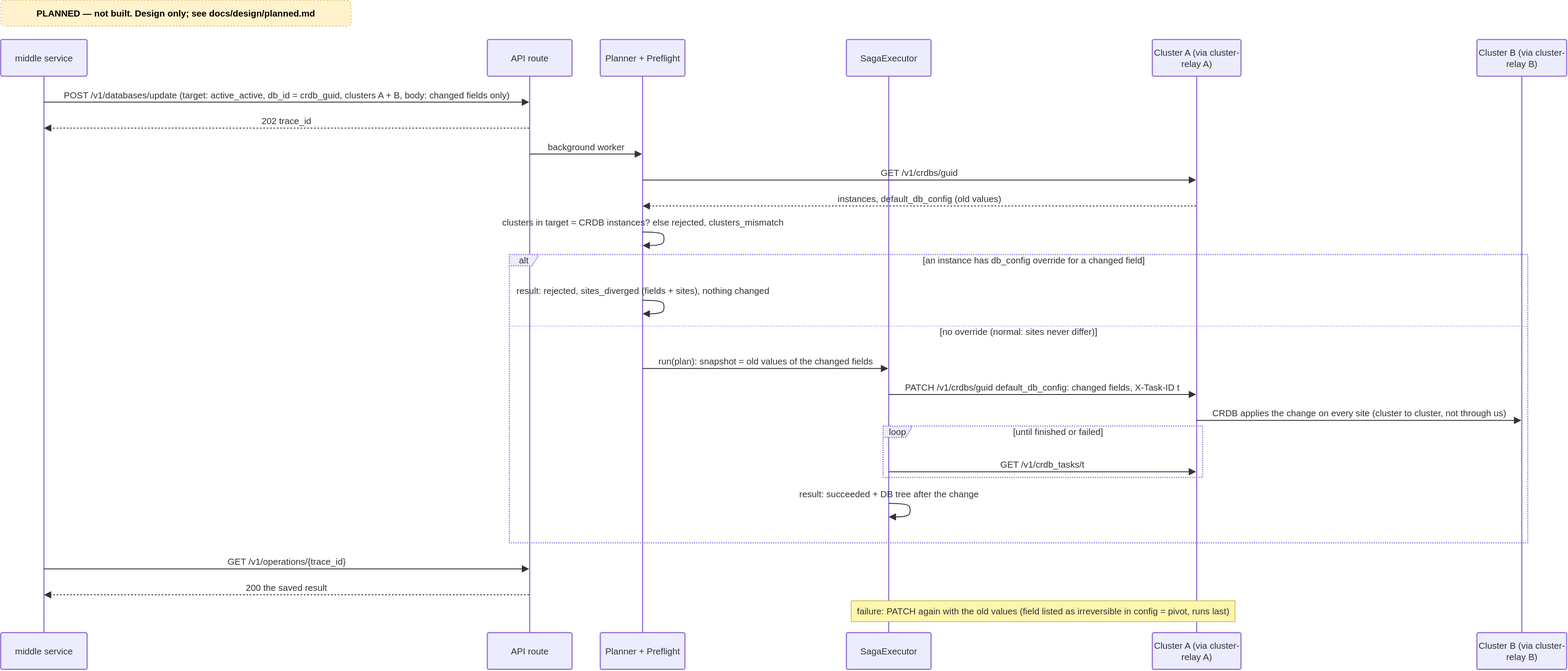
Before: docs/diagrams/planned/p5-seq-edit-active-active.drawio.svg, a diagram exported from draw.io (EliShteinman/redis-enterprise-services). Source tidied: cells renumbered, new cells last; positions are measured from the earlier drawing's top-left corner, leaving out a move shared by most shapes.
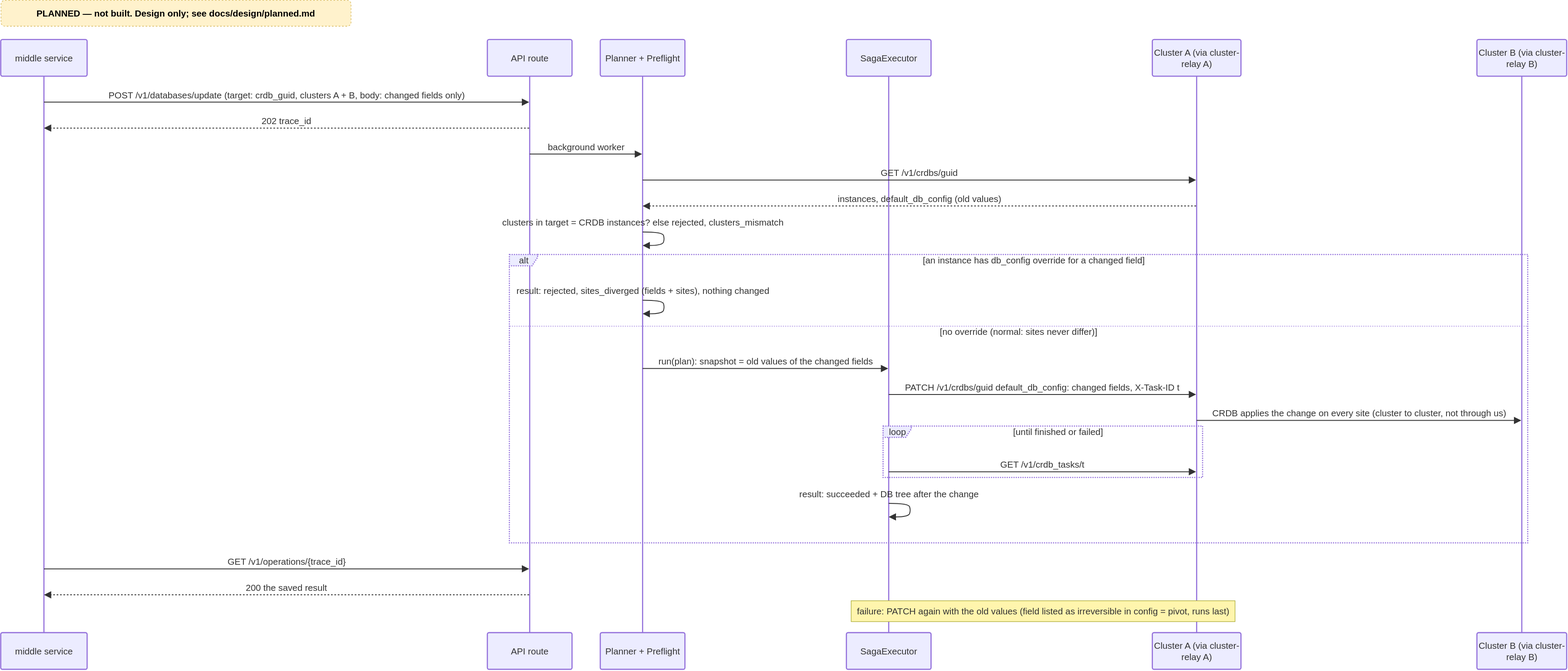
After the change.

What changed in the source:
```diff
@@ -38,7 +38,7 @@
     <mxCell id="13" value="[until finished or failed]" style="text;strokeColor=none;fillColor=none;align=center;verticalAlign=middle;whiteSpace=wrap;fontSize=16;fontFamily=Trebuchet MS,Verdana,Arial,sans-serif;fontColor=light-dark(#333333,#cccccc);" parent="12" vertex="1">
       <mxGeometry x="54" y="2" width="512" height="16" as="geometry" />
     </mxCell>
-    <mxCell id="14" value="POST /v1/databases/update (target: active_active, db_id = crdb_guid, clusters A + B, body: changed fields only)" style="endArrow=block;endSize=9;verticalAlign=bottom;spacingBottom=2;edgeStyle=sequenceEdgeStyle;libavoidRouting=0;curved=0;rounded=0;fontSize=16;labelBackgroundColor=none;strokeWidth=1.5;strokeColor=light-dark(#333333,#cccccc);fontColor=light-dark(#333333,#cccccc);fontFamily=Trebuchet MS,Verdana,Arial,sans-serif;" parent="1" edge="1" source="2" target="3">
+    <mxCell id="14" value="POST /v1/databases/update (target: crdb_guid, clusters A + B, body: changed fields only)" style="endArrow=block;endSize=9;verticalAlign=bottom;spacingBottom=2;edgeStyle=sequenceEdgeStyle;libavoidRouting=0;curved=0;rounded=0;fontSize=16;labelBackgroundColor=none;strokeWidth=1.5;strokeColor=light-dark(#333333,#cccccc);fontColor=light-dark(#333333,#cccccc);fontFamily=Trebuchet MS,Verdana,Arial,sans-serif;" parent="1" edge="1" source="2" target="3">
       <mxGeometry relative="1" as="geometry">
         <Array as="points">
           <mxPoint x="507" y="181" />
```
